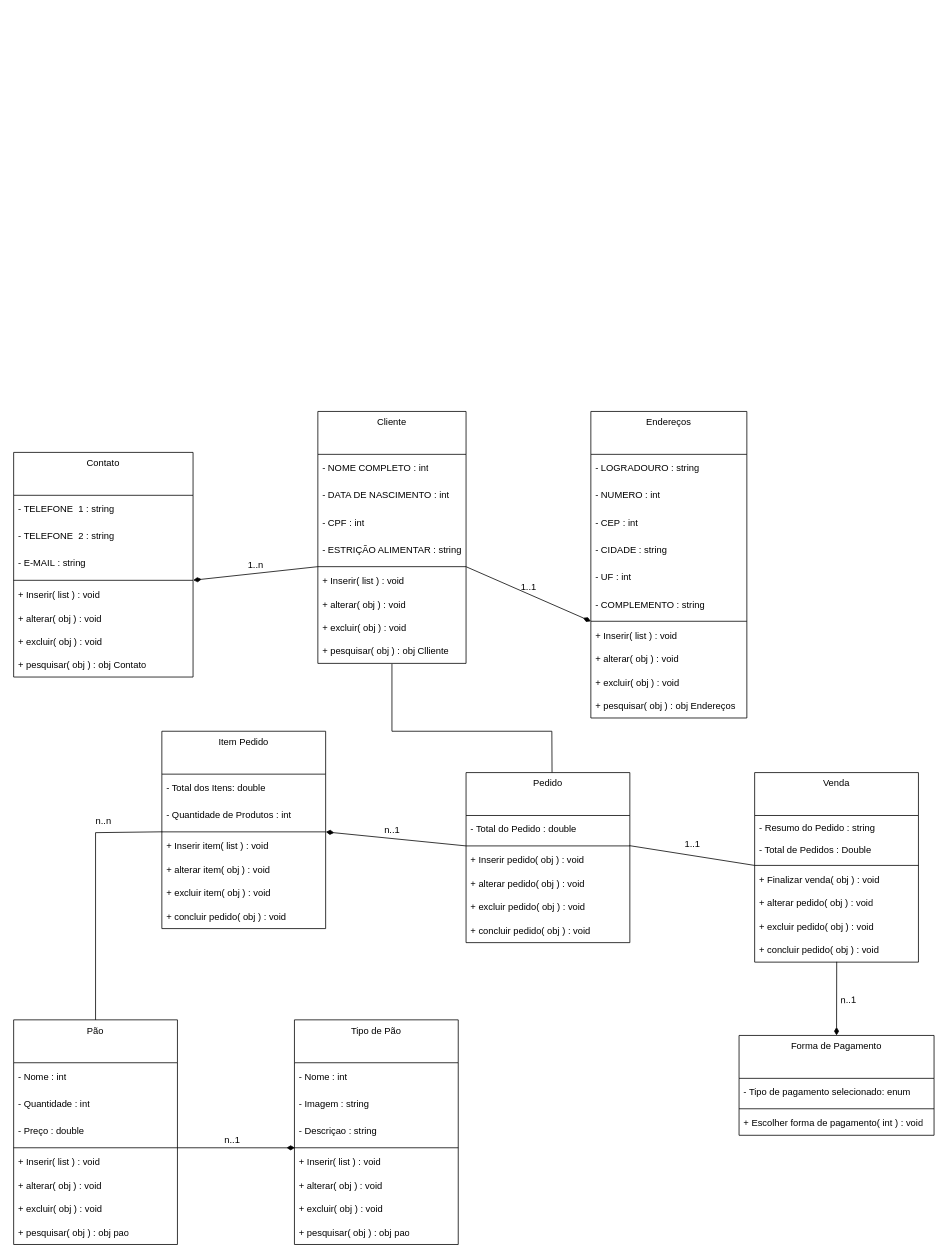
This is Diagramas/diagrama_de_classes.drawio from LeozinRomeiro/Modelagem_SENAI_CTM, a draw.io file, before an edit. Source tidied: cells renumbered, new cells numbered last; positions are measured from the earlier drawing's top-left corner, leaving out a move shared by most shapes. Both pictures are drawn from the tidied source at 78%, with x=0, y=0 at pixel (13, 411).
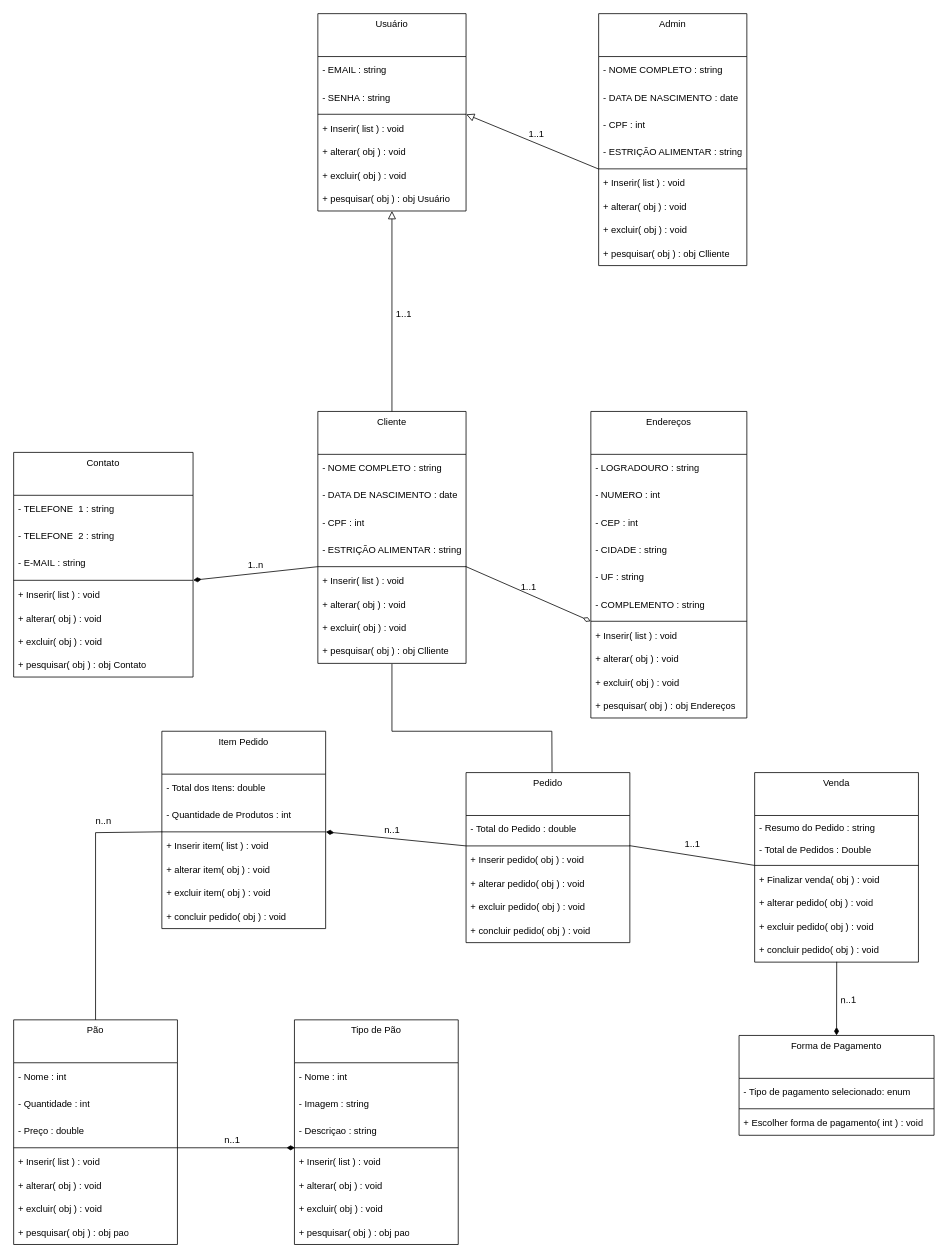
After the change.

Commit message:
5.1 classe usuário + admin

Unchanged cells that the change refers to:
```xml
<mxCell id="11" value="Cliente" style="swimlane;fontStyle=0;align=center;verticalAlign=top;horizontal=1;startSize=55;html=1;whiteSpace=wrap;" parent="1" vertex="1">
  <mxGeometry x="390" width="190" height="323" as="geometry" />
</mxCell>
<mxCell id="16" style="line;strokeWidth=1;fillColor=none;align=left;verticalAlign=middle;spacingTop=-1;spacingLeft=3;spacingRight=3;labelPosition=right;points=[];portConstraint=eastwest;" parent="11" vertex="1">
  <mxGeometry y="195" width="190" height="8" as="geometry" />
</mxCell>
<mxCell id="21" value="Endereços" style="swimlane;fontStyle=0;align=center;verticalAlign=top;horizontal=1;startSize=55;html=1;whiteSpace=wrap;" parent="1" vertex="1">
  <mxGeometry x="740" width="200" height="393" as="geometry" />
</mxCell>
<mxCell id="28" style="line;strokeWidth=1;fillColor=none;align=left;verticalAlign=middle;spacingTop=-1;spacingLeft=3;spacingRight=3;labelPosition=right;points=[];portConstraint=eastwest;" parent="21" vertex="1">
  <mxGeometry y="265" width="200" height="8" as="geometry" />
</mxCell>
```

Diff of the diagram source:
```diff
@@
-    <mxCell id="12" value="-&amp;nbsp;NOME COMPLETO&amp;nbsp;: int" style="text;html=1;strokeColor=none;fillColor=none;align=left;verticalAlign=middle;spacingLeft=4;spacingRight=4;overflow=hidden;whiteSpace=wrap;" parent="11" vertex="1">
+    <mxCell id="12" value="-&amp;nbsp;NOME COMPLETO&amp;nbsp;: string" style="text;html=1;strokeColor=none;fillColor=none;align=left;verticalAlign=middle;spacingLeft=4;spacingRight=4;overflow=hidden;whiteSpace=wrap;" parent="11" vertex="1">
       <mxGeometry y="55" width="190" height="35" as="geometry" />
     </mxCell>
-    <mxCell id="13" value="-&amp;nbsp;DATA DE NASCIMENTO&amp;nbsp;: int" style="text;html=1;strokeColor=none;fillColor=none;align=left;verticalAlign=middle;spacingLeft=4;spacingRight=4;overflow=hidden;whiteSpace=wrap;" parent="11" vertex="1">
+    <mxCell id="13" value="-&amp;nbsp;DATA DE NASCIMENTO&amp;nbsp;: date" style="text;html=1;strokeColor=none;fillColor=none;align=left;verticalAlign=middle;spacingLeft=4;spacingRight=4;overflow=hidden;whiteSpace=wrap;" parent="11" vertex="1">
       <mxGeometry y="90" width="190" height="35" as="geometry" />
     </mxCell>
@@
-    <mxCell id="26" value="- UF : int" style="text;html=1;strokeColor=none;fillColor=none;align=left;verticalAlign=middle;spacingLeft=4;spacingRight=4;overflow=hidden;whiteSpace=wrap;" parent="21" vertex="1">
+    <mxCell id="26" value="- UF : string" style="text;html=1;strokeColor=none;fillColor=none;align=left;verticalAlign=middle;spacingLeft=4;spacingRight=4;overflow=hidden;whiteSpace=wrap;" parent="21" vertex="1">
       <mxGeometry y="195" width="200" height="35" as="geometry" />
     </mxCell>
@@
-    <mxCell id="83" style="endArrow=none;startArrow=diamondThin;endFill=0;startFill=1;html=1;verticalAlign=bottom;labelBackgroundColor=none;strokeWidth=1;startSize=8;endSize=8;rounded=0;entryX=1.001;entryY=0.516;entryDx=0;entryDy=0;entryPerimeter=0;" parent="1" edge="1" target="16">
-      <mxGeometry relative="1" as="geometry">
-        <mxPoint x="740" y="269" as="sourcePoint" />
-      </mxGeometry>
-    </mxCell>
@@
+    <mxCell id="92" style="endArrow=none;startArrow=diamondThin;endFill=0;startFill=0;html=1;verticalAlign=bottom;labelBackgroundColor=none;strokeWidth=1;startSize=8;endSize=8;rounded=0;entryX=0.998;entryY=0.476;entryDx=0;entryDy=0;entryPerimeter=0;exitX=-0.001;exitY=0.496;exitDx=0;exitDy=0;exitPerimeter=0;" parent="1" edge="1" source="28" target="16">
+      <mxGeometry relative="1" as="geometry" />
+    </mxCell>
+    <mxCell id="93" value="Usuário" style="swimlane;fontStyle=0;align=center;verticalAlign=top;horizontal=1;startSize=55;html=1;whiteSpace=wrap;" parent="1" vertex="1">
+      <mxGeometry x="390" y="-510" width="190" height="253" as="geometry" />
+    </mxCell>
+    <mxCell id="94" value="- EMAIL : string" style="text;html=1;strokeColor=none;fillColor=none;align=left;verticalAlign=middle;spacingLeft=4;spacingRight=4;overflow=hidden;whiteSpace=wrap;" parent="93" vertex="1">
+      <mxGeometry y="55" width="190" height="35" as="geometry" />
+    </mxCell>
+    <mxCell id="95" value="- SENHA : string" style="text;html=1;strokeColor=none;fillColor=none;align=left;verticalAlign=middle;spacingLeft=4;spacingRight=4;overflow=hidden;whiteSpace=wrap;" parent="93" vertex="1">
+      <mxGeometry y="90" width="190" height="35" as="geometry" />
+    </mxCell>
+    <mxCell id="96" style="line;strokeWidth=1;fillColor=none;align=left;verticalAlign=middle;spacingTop=-1;spacingLeft=3;spacingRight=3;labelPosition=right;points=[];portConstraint=eastwest;" parent="93" vertex="1">
+      <mxGeometry y="125" width="190" height="8" as="geometry" />
+    </mxCell>
+    <mxCell id="97" value="+ Inserir( list ) : void" style="text;html=1;strokeColor=none;fillColor=none;align=left;verticalAlign=middle;spacingLeft=4;spacingRight=4;overflow=hidden;whiteSpace=wrap;" parent="93" vertex="1">
+      <mxGeometry y="133" width="190" height="30" as="geometry" />
+    </mxCell>
+    <mxCell id="98" value="+ alterar( obj ) : void" style="text;html=1;strokeColor=none;fillColor=none;align=left;verticalAlign=middle;spacingLeft=4;spacingRight=4;overflow=hidden;whiteSpace=wrap;" parent="93" vertex="1">
+      <mxGeometry y="163" width="190" height="30" as="geometry" />
+    </mxCell>
+    <mxCell id="99" value="+ excluir( obj ) : void" style="text;html=1;strokeColor=none;fillColor=none;align=left;verticalAlign=middle;spacingLeft=4;spacingRight=4;overflow=hidden;whiteSpace=wrap;" parent="93" vertex="1">
+      <mxGeometry y="193" width="190" height="30" as="geometry" />
+    </mxCell>
+    <mxCell id="100" value="+ pesquisar( obj ) : obj Usuário" style="text;html=1;strokeColor=none;fillColor=none;align=left;verticalAlign=middle;spacingLeft=4;spacingRight=4;overflow=hidden;whiteSpace=wrap;" parent="93" vertex="1">
+      <mxGeometry y="223" width="190" height="30" as="geometry" />
+    </mxCell>
+    <mxCell id="101" value="Admin" style="swimlane;fontStyle=0;align=center;verticalAlign=top;horizontal=1;startSize=55;html=1;whiteSpace=wrap;" parent="1" vertex="1">
+      <mxGeometry x="750" y="-510" width="190" height="323" as="geometry" />
+    </mxCell>
+    <mxCell id="102" value="-&amp;nbsp;NOME COMPLETO&amp;nbsp;: string" style="text;html=1;strokeColor=none;fillColor=none;align=left;verticalAlign=middle;spacingLeft=4;spacingRight=4;overflow=hidden;whiteSpace=wrap;" parent="101" vertex="1">
+      <mxGeometry y="55" width="190" height="35" as="geometry" />
+    </mxCell>
+    <mxCell id="103" value="-&amp;nbsp;DATA DE NASCIMENTO&amp;nbsp;: date" style="text;html=1;strokeColor=none;fillColor=none;align=left;verticalAlign=middle;spacingLeft=4;spacingRight=4;overflow=hidden;whiteSpace=wrap;" parent="101" vertex="1">
+      <mxGeometry y="90" width="190" height="35" as="geometry" />
+    </mxCell>
+    <mxCell id="104" value="-&amp;nbsp;CPF&amp;nbsp;: int" style="text;html=1;strokeColor=none;fillColor=none;align=left;verticalAlign=middle;spacingLeft=4;spacingRight=4;overflow=hidden;whiteSpace=wrap;" parent="101" vertex="1">
+      <mxGeometry y="125" width="190" height="35" as="geometry" />
+    </mxCell>
+    <mxCell id="105" value="-&amp;nbsp;ESTRIÇÃO ALIMENTAR&amp;nbsp;: string" style="text;html=1;strokeColor=none;fillColor=none;align=left;verticalAlign=middle;spacingLeft=4;spacingRight=4;overflow=hidden;whiteSpace=wrap;" parent="101" vertex="1">
+      <mxGeometry y="160" width="190" height="35" as="geometry" />
+    </mxCell>
+    <mxCell id="106" style="line;strokeWidth=1;fillColor=none;align=left;verticalAlign=middle;spacingTop=-1;spacingLeft=3;spacingRight=3;labelPosition=right;points=[];portConstraint=eastwest;" parent="101" vertex="1">
+      <mxGeometry y="195" width="190" height="8" as="geometry" />
+    </mxCell>
+    <mxCell id="107" value="+ Inserir( list ) : void" style="text;html=1;strokeColor=none;fillColor=none;align=left;verticalAlign=middle;spacingLeft=4;spacingRight=4;overflow=hidden;whiteSpace=wrap;" parent="101" vertex="1">
+      <mxGeometry y="203" width="190" height="30" as="geometry" />
+    </mxCell>
+    <mxCell id="108" value="+ alterar( obj ) : void" style="text;html=1;strokeColor=none;fillColor=none;align=left;verticalAlign=middle;spacingLeft=4;spacingRight=4;overflow=hidden;whiteSpace=wrap;" parent="101" vertex="1">
+      <mxGeometry y="233" width="190" height="30" as="geometry" />
+    </mxCell>
+    <mxCell id="109" value="+ excluir( obj ) : void" style="text;html=1;strokeColor=none;fillColor=none;align=left;verticalAlign=middle;spacingLeft=4;spacingRight=4;overflow=hidden;whiteSpace=wrap;" parent="101" vertex="1">
+      <mxGeometry y="263" width="190" height="30" as="geometry" />
+    </mxCell>
+    <mxCell id="110" value="+ pesquisar( obj ) : obj Clliente" style="text;html=1;strokeColor=none;fillColor=none;align=left;verticalAlign=middle;spacingLeft=4;spacingRight=4;overflow=hidden;whiteSpace=wrap;" parent="101" vertex="1">
+      <mxGeometry y="293" width="190" height="30" as="geometry" />
+    </mxCell>
+    <mxCell id="111" style="endArrow=block;html=1;rounded=0;align=center;verticalAlign=bottom;endFill=0;labelBackgroundColor=none;endSize=8;entryX=1.001;entryY=0.517;entryDx=0;entryDy=0;entryPerimeter=0;exitX=0;exitY=0.529;exitDx=0;exitDy=0;exitPerimeter=0;" parent="1" edge="1" source="106" target="96">
+      <mxGeometry relative="1" as="geometry" />
+    </mxCell>
+    <mxCell id="112" style="html=1;align=center;verticalAlign=top;labelBackgroundColor=none;" parent="111" vertex="1">
+      <mxGeometry relative="1" as="geometry" />
+    </mxCell>
+    <mxCell id="113" style="endArrow=block;html=1;rounded=0;align=center;verticalAlign=bottom;endFill=0;labelBackgroundColor=none;endSize=8;entryX=0.5;entryY=1;entryDx=0;entryDy=0;exitX=0.5;exitY=0;exitDx=0;exitDy=0;" parent="1" edge="1" source="11" target="93">
+      <mxGeometry relative="1" as="geometry" />
+    </mxCell>
+    <mxCell id="114" style="html=1;align=center;verticalAlign=top;labelBackgroundColor=none;" parent="113" vertex="1">
+      <mxGeometry relative="1" as="geometry" />
+    </mxCell>
+    <mxCell id="115" value="1..1" style="text;html=1;align=center;verticalAlign=middle;strokeColor=none;fillColor=none;" parent="1" vertex="1">
+      <mxGeometry x="480" y="-140" width="40" height="30" as="geometry" />
+    </mxCell>
+    <mxCell id="116" value="1..1" style="text;html=1;align=center;verticalAlign=middle;strokeColor=none;fillColor=none;" parent="1" vertex="1">
+      <mxGeometry x="650" y="-370" width="40" height="30" as="geometry" />
+    </mxCell>
```
